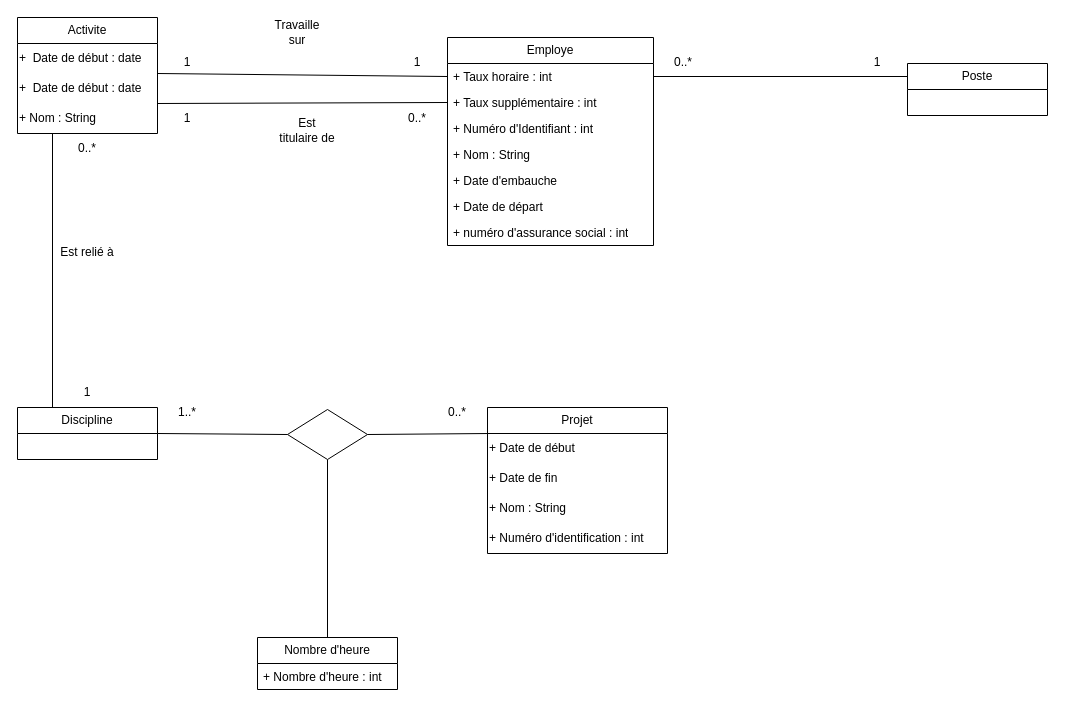
Before: page "Modèle de classe" (3 of 5) of Untitled Diagram.drawio in Lacolombenoire/Projet-modelisation-objet, a draw.io diagram. Source tidied: cells renumbered, new cells numbered last; positions are measured from the earlier drawing's top-left corner, leaving out a move shared by most shapes. Both pictures are drawn from the tidied source at 100%, with x=0, y=0 at pixel (17, 17).
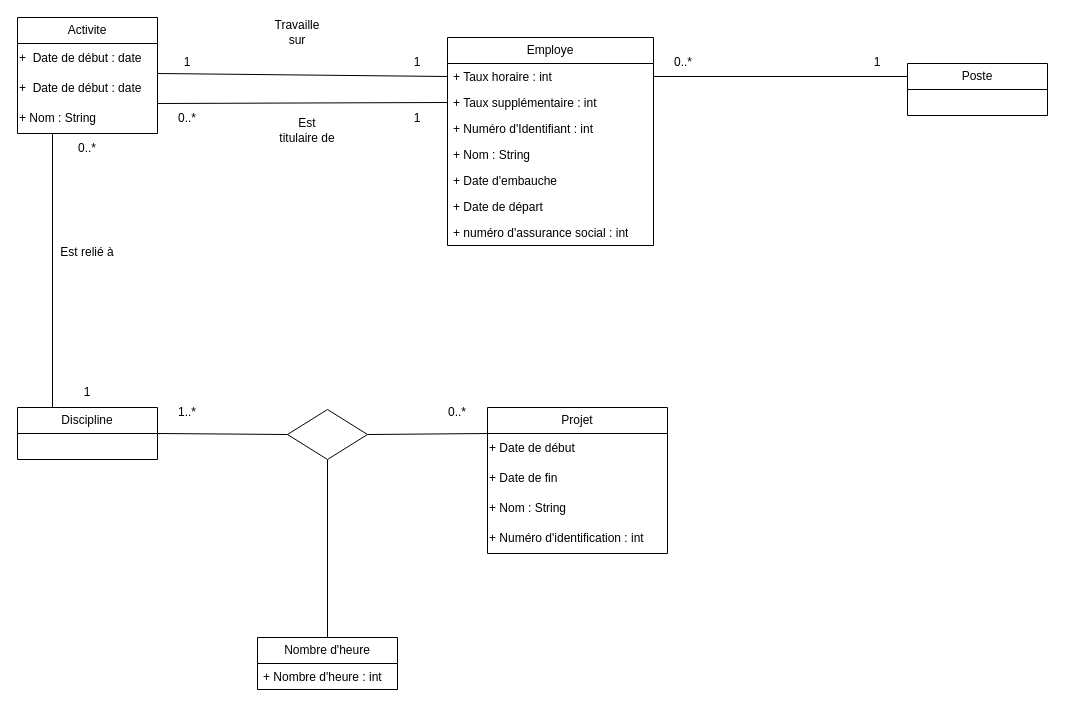
Above is the later version.

Diff of the diagram source:
```diff
@@
-    <mxCell id="41" value="1" style="text;html=1;align=center;verticalAlign=middle;whiteSpace=wrap;rounded=0;" parent="1" vertex="1">
+    <mxCell id="41" value="0..*" style="text;html=1;align=center;verticalAlign=middle;whiteSpace=wrap;rounded=0;" parent="1" vertex="1">
       <mxGeometry x="140" y="86" width="60" height="30" as="geometry" />
     </mxCell>
-    <mxCell id="42" value="0..*" style="text;html=1;align=center;verticalAlign=middle;whiteSpace=wrap;rounded=0;" parent="1" vertex="1">
+    <mxCell id="42" value="1" style="text;html=1;align=center;verticalAlign=middle;whiteSpace=wrap;rounded=0;" parent="1" vertex="1">
       <mxGeometry x="370" y="86" width="60" height="30" as="geometry" />
     </mxCell>
```
